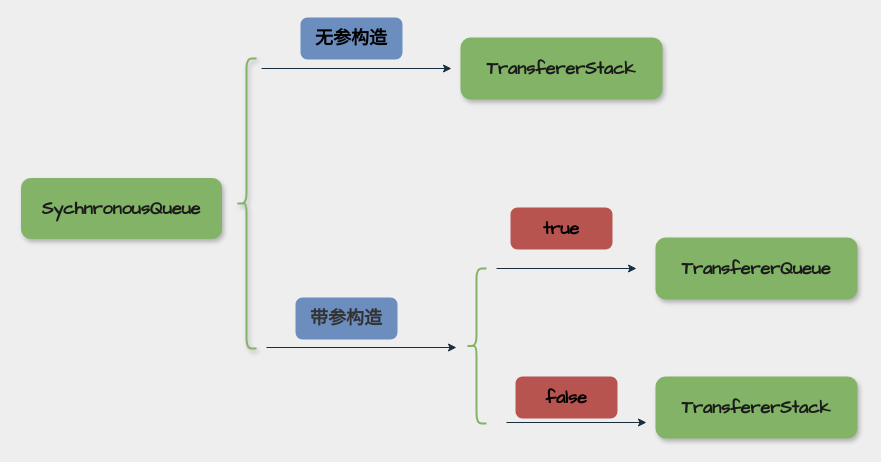
Above: page "构造方法" (4 of 7) of thread/SynchronousQueue.drawio in mydlxy/draw (draw.io), before the change. Source tidied: cells renumbered, new cells numbered last; positions are measured from the earlier drawing's top-left corner, leaving out a move shared by most shapes. Both pictures are drawn from the tidied source at 100%, with x=0, y=0 at pixel (21, 18).
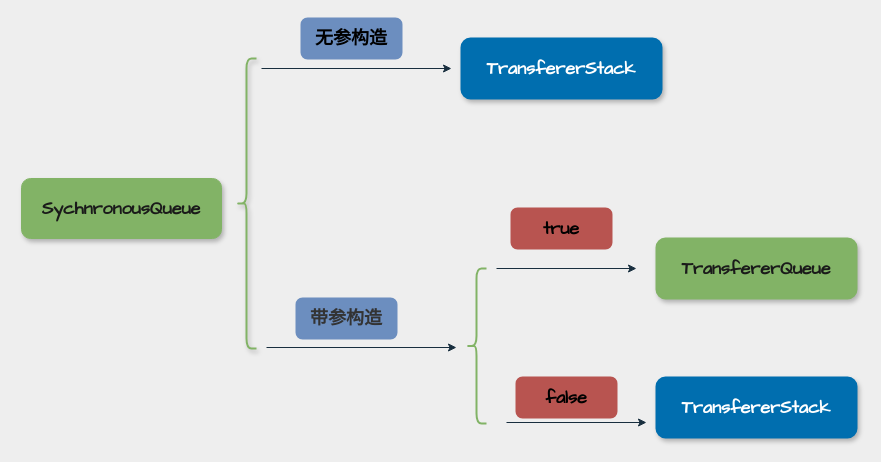
The same page after the edit.

The edit, as a diff of the source:
```diff
@@
 <mxGraphModel background="#EEEEEE">
   <root>
     <mxCell id="0" />
     <mxCell id="1" parent="0" />
     <mxCell id="2" style="shape=curlyBracket;whiteSpace=wrap;html=1;rounded=1;shadow=1;strokeColor=#82B366;fontFamily=Comic Sans MS;fontSize=18;fontColor=#1A1A1A;fillColor=#82B366;strokeWidth=2;" parent="1" vertex="1">
       <mxGeometry x="215" y="40" width="20" height="290" as="geometry" />
     </mxCell>
     <mxCell id="3" value="&lt;b&gt;SychnronousQueue&lt;/b&gt;" style="rounded=1;whiteSpace=wrap;html=1;shadow=1;strokeColor=#82B366;fontFamily=Comic Sans MS;fontSize=18;fontColor=#1A1A1A;fillColor=#82B366;" parent="1" vertex="1">
       <mxGeometry y="160" width="200" height="60" as="geometry" />
     </mxCell>
-    <mxCell id="4" value="&lt;b&gt;TransfererStack&lt;/b&gt;" style="rounded=1;whiteSpace=wrap;html=1;shadow=1;strokeColor=#82B366;strokeWidth=2;fontFamily=Comic Sans MS;fontSize=18;fontColor=#1A1A1A;fillColor=#82B366;" parent="1" vertex="1">
+    <mxCell id="4" value="&lt;b&gt;TransfererStack&lt;/b&gt;" style="rounded=1;whiteSpace=wrap;html=1;shadow=1;strokeColor=#006EAF;strokeWidth=2;fontFamily=Comic Sans MS;fontSize=18;fontColor=#ffffff;fillColor=#006EAF;" parent="1" vertex="1">
       <mxGeometry x="440" y="20" width="200" height="60" as="geometry" />
     </mxCell>
     <mxCell id="5" style="endArrow=classic;html=1;rounded=0;strokeColor=#182E3E;fontFamily=Comic Sans MS;fontSize=18;fontColor=#1A1A1A;" parent="1" edge="1">
       <mxGeometry relative="1" as="geometry">
         <mxPoint x="240" y="50" as="sourcePoint" />
         <mxPoint x="430" y="50" as="targetPoint" />
       </mxGeometry>
     </mxCell>
     <mxCell id="6" value="&lt;b&gt;无参构造&lt;/b&gt;" style="text;html=1;strokeColor=#6C8EBF;fillColor=#6C8EBF;align=center;verticalAlign=middle;whiteSpace=wrap;rounded=1;shadow=0;strokeWidth=2;fontFamily=Comic Sans MS;fontSize=18;" parent="1" vertex="1">
       <mxGeometry x="280" width="100" height="40" as="geometry" />
     </mxCell>
     <mxCell id="7" style="endArrow=classic;html=1;rounded=0;strokeColor=#182E3E;fontFamily=Comic Sans MS;fontSize=18;fontColor=#1A1A1A;" parent="1" edge="1">
       <mxGeometry relative="1" as="geometry">
         <mxPoint x="245" y="329" as="sourcePoint" />
         <mxPoint x="435" y="329" as="targetPoint" />
       </mxGeometry>
     </mxCell>
     <mxCell id="8" style="shape=curlyBracket;whiteSpace=wrap;html=1;rounded=1;shadow=0;strokeColor=#82b366;strokeWidth=2;fontFamily=Comic Sans MS;fontSize=18;fillColor=#d5e8d4;" parent="1" vertex="1">
       <mxGeometry x="445" y="250" width="20" height="155" as="geometry" />
     </mxCell>
     <mxCell id="9" style="endArrow=classic;html=1;rounded=0;strokeColor=#182E3E;fontFamily=Comic Sans MS;fontSize=18;fontColor=#1A1A1A;" parent="1" edge="1">
       <mxGeometry relative="1" as="geometry">
         <mxPoint x="475" y="250" as="sourcePoint" />
         <mxPoint x="615" y="250" as="targetPoint" />
       </mxGeometry>
     </mxCell>
     <mxCell id="10" value="&lt;b style=&quot;color: rgb(51, 51, 51);&quot;&gt;带参构造&lt;/b&gt;" style="text;html=1;strokeColor=#6C8EBF;fillColor=#6C8EBF;align=center;verticalAlign=middle;whiteSpace=wrap;rounded=1;shadow=0;strokeWidth=2;fontFamily=Comic Sans MS;fontSize=18;" parent="1" vertex="1">
       <mxGeometry x="275" y="280" width="100" height="40" as="geometry" />
     </mxCell>
     <mxCell id="11" value="&lt;b&gt;true&lt;/b&gt;" style="text;html=1;strokeColor=#B85450;fillColor=#B85450;align=center;verticalAlign=middle;whiteSpace=wrap;rounded=1;shadow=0;strokeWidth=2;fontFamily=Comic Sans MS;fontSize=18;" parent="1" vertex="1">
       <mxGeometry x="490" y="190" width="100" height="40" as="geometry" />
     </mxCell>
     <mxCell id="12" style="endArrow=classic;html=1;rounded=0;strokeColor=#182E3E;fontFamily=Comic Sans MS;fontSize=18;fontColor=#1A1A1A;" parent="1" edge="1">
       <mxGeometry relative="1" as="geometry">
         <mxPoint x="485" y="404" as="sourcePoint" />
         <mxPoint x="625" y="404" as="targetPoint" />
       </mxGeometry>
     </mxCell>
     <mxCell id="13" value="&lt;b&gt;false&lt;/b&gt;" style="text;html=1;strokeColor=#B85450;fillColor=#B85450;align=center;verticalAlign=middle;whiteSpace=wrap;rounded=1;shadow=0;strokeWidth=2;fontFamily=Comic Sans MS;fontSize=18;" parent="1" vertex="1">
       <mxGeometry x="495" y="359" width="100" height="40" as="geometry" />
     </mxCell>
     <mxCell id="14" value="&lt;b&gt;TransfererQueue&lt;/b&gt;" style="rounded=1;whiteSpace=wrap;html=1;shadow=1;strokeColor=#82B366;strokeWidth=2;fontFamily=Comic Sans MS;fontSize=18;fontColor=#1A1A1A;fillColor=#82B366;" parent="1" vertex="1">
       <mxGeometry x="635" y="220" width="200" height="60" as="geometry" />
     </mxCell>
-    <mxCell id="15" value="&lt;b&gt;TransfererStack&lt;/b&gt;" style="rounded=1;whiteSpace=wrap;html=1;shadow=1;strokeColor=#82B366;strokeWidth=2;fontFamily=Comic Sans MS;fontSize=18;fontColor=#1A1A1A;fillColor=#82B366;" parent="1" vertex="1">
+    <mxCell id="15" value="&lt;b&gt;TransfererStack&lt;/b&gt;" style="rounded=1;whiteSpace=wrap;html=1;shadow=1;strokeColor=#006EAF;strokeWidth=2;fontFamily=Comic Sans MS;fontSize=18;fontColor=#ffffff;fillColor=#006EAF;" parent="1" vertex="1">
       <mxGeometry x="635" y="359" width="200" height="60" as="geometry" />
     </mxCell>
   </root>
 </mxGraphModel>
```
